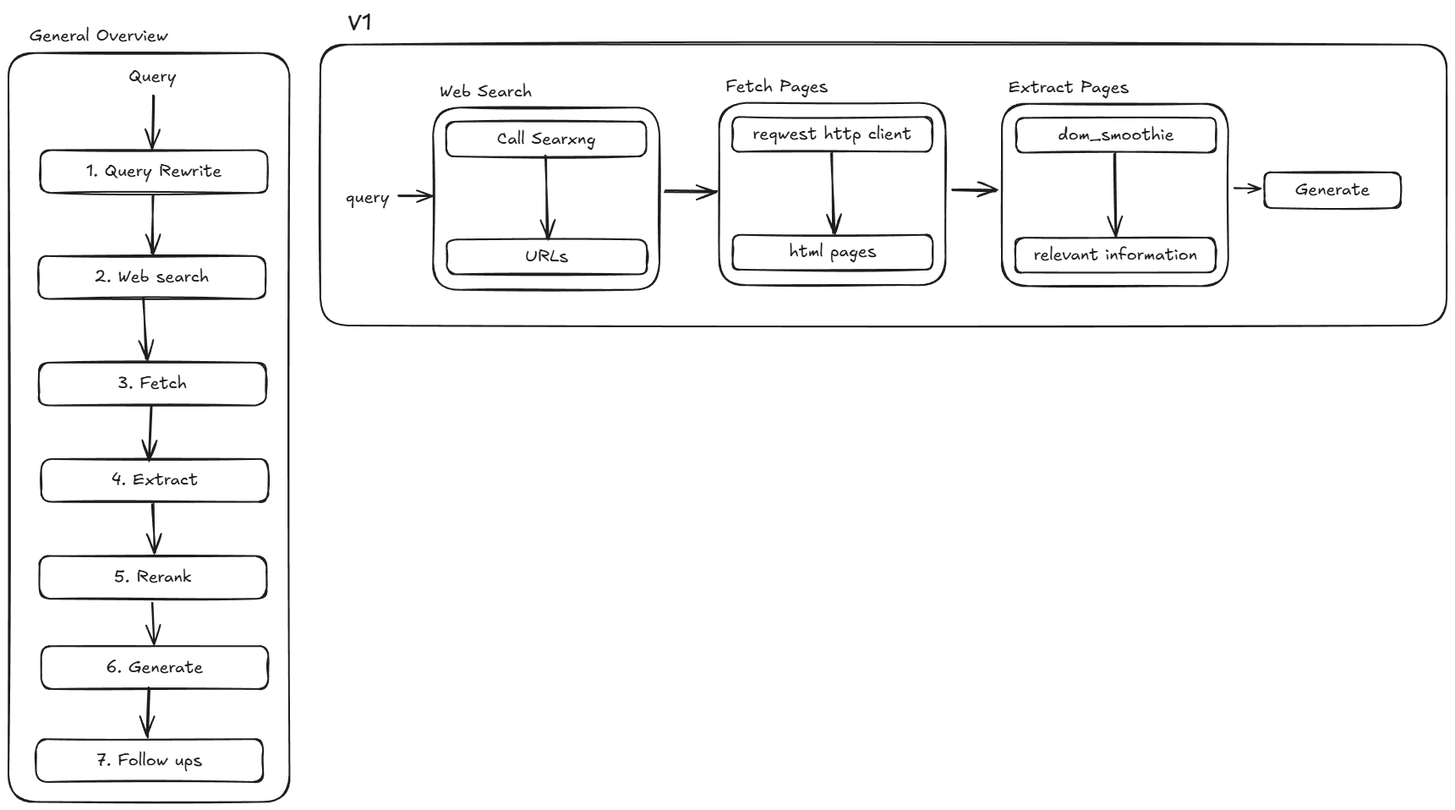
The Excalidraw diagram architecture.excalidraw.png in GeorgiySav/Perplexed, before a commit. Source tidied: one line per element, renumbered; positions are measured from the earlier drawing's top-left corner, leaving out a move shared by most shapes.
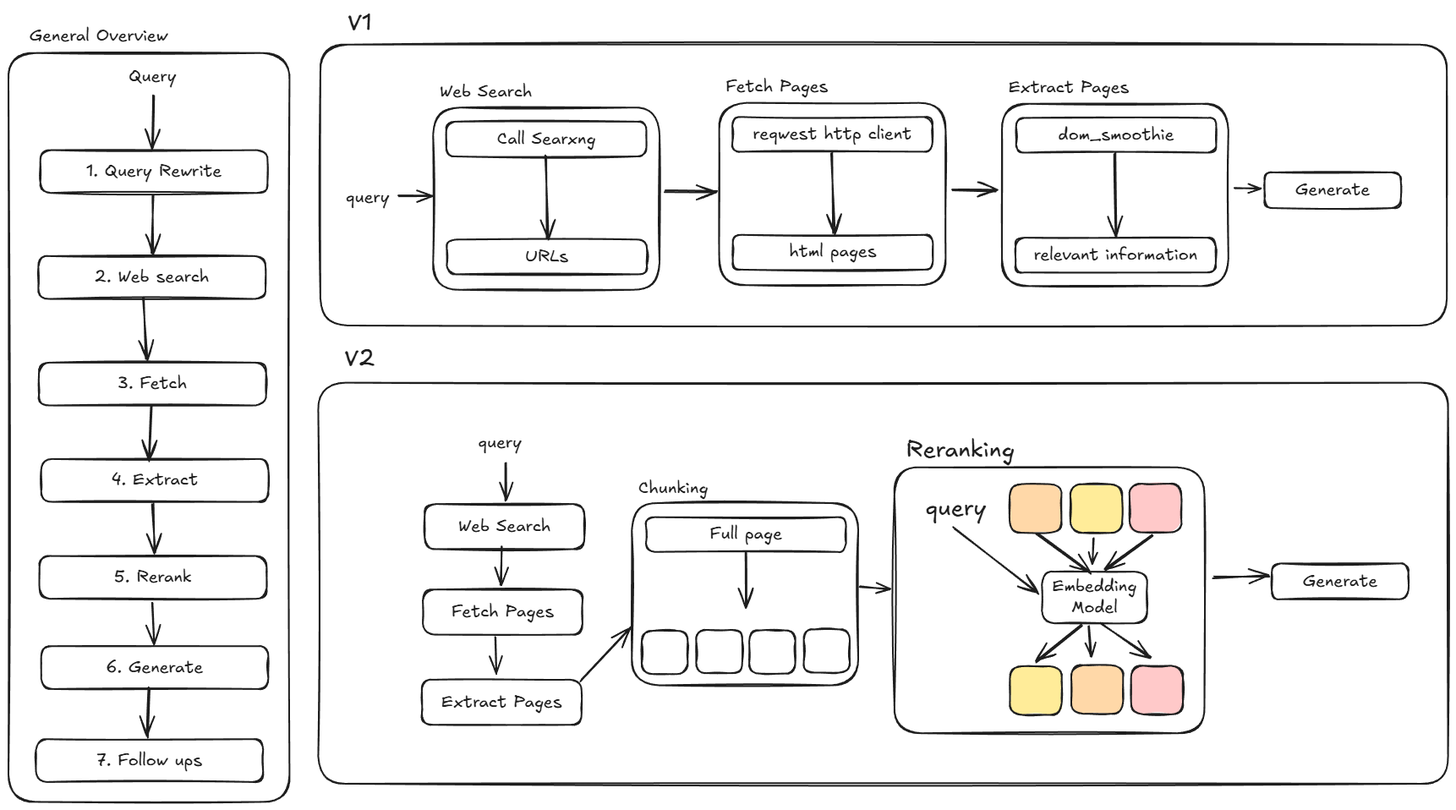
Later version of the same file.

Commit message:
added chat history and query rewriting for search

Change to the diagram source:
```diff
@@ -52,3 +52,47 @@
 {"id": 51, "type": "rectangle", "strokeColor": "#1e1e1e", "strokeWidth": 2, "roughness": 1, "round": true, "x": 1486, "y": 194, "width": 161, "height": 42}
 {"id": 52, "type": "text", "text": "Generate", "strokeColor": "#1e1e1e", "strokeWidth": 2, "roughness": 1, "fontSize": 20, "fontFamily": 5, "textAlign": "center", "verticalAlign": "middle", "inside": 51, "x": 1522, "y": 203, "width": 88, "height": 25}
 {"id": 53, "type": "arrow", "strokeColor": "#1e1e1e", "strokeWidth": 2, "roughness": 1, "endArrowhead": "arrow", "round": true, "from": 41, "to": 51, "x": 1450, "y": 213, "width": 31, "height": 0, "points": [[0, 0], [31, 0]]}
+{"id": 54, "type": "rectangle", "strokeColor": "#1e1e1e", "strokeWidth": 2, "roughness": 1, "round": true, "x": 366, "y": 443, "width": 1336, "height": 474}
+{"id": 55, "type": "text", "text": "V2", "strokeColor": "#1e1e1e", "strokeWidth": 2, "roughness": 1, "fontSize": 28.08, "fontFamily": 5, "x": 398, "y": 398, "width": 36, "height": 35}
+{"id": 56, "type": "text", "text": "query", "strokeColor": "#1e1e1e", "strokeWidth": 2, "roughness": 1, "fontSize": 20.06, "fontFamily": 5, "x": 555, "y": 501, "width": 51, "height": 25}
+{"id": 57, "type": "arrow", "strokeColor": "#1e1e1e", "strokeWidth": 2, "roughness": 1, "endArrowhead": "arrow", "round": true, "from": 56, "to": 60, "x": 588, "y": 537, "width": 0, "height": 45, "points": [[0, 0], [0, 45]]}
+{"id": 58, "type": "rectangle", "strokeColor": "#1e1e1e", "strokeWidth": 2, "roughness": 1, "round": true, "x": 1494, "y": 656, "width": 162, "height": 42}
+{"id": 59, "type": "text", "text": "Generate", "strokeColor": "#1e1e1e", "strokeWidth": 2, "roughness": 1, "fontSize": 20.06, "fontFamily": 5, "textAlign": "center", "verticalAlign": "middle", "inside": 58, "x": 1531, "y": 665, "width": 89, "height": 25}
+{"id": 60, "type": "rectangle", "strokeColor": "#1e1e1e", "strokeWidth": 2, "roughness": 1, "round": true, "x": 492, "y": 586, "width": 189, "height": 53}
+{"id": 61, "type": "text", "text": "Web Search", "strokeColor": "#1e1e1e", "strokeWidth": 2, "roughness": 1, "fontSize": 20, "fontFamily": 5, "textAlign": "center", "verticalAlign": "middle", "inside": 60, "x": 532, "y": 600, "width": 109, "height": 25}
+{"id": 62, "type": "rectangle", "strokeColor": "#1e1e1e", "strokeWidth": 2, "roughness": 1, "round": true, "x": 490, "y": 687, "width": 189, "height": 53}
+{"id": 63, "type": "text", "text": "Fetch Pages", "strokeColor": "#1e1e1e", "strokeWidth": 2, "roughness": 1, "fontSize": 20, "fontFamily": 5, "textAlign": "center", "verticalAlign": "middle", "inside": 62, "x": 524, "y": 701, "width": 121, "height": 25}
+{"id": 64, "type": "rectangle", "strokeColor": "#1e1e1e", "strokeWidth": 2, "roughness": 1, "round": true, "x": 489, "y": 794, "width": 189, "height": 53}
+{"id": 65, "type": "text", "text": "Extract Pages", "strokeColor": "#1e1e1e", "strokeWidth": 2, "roughness": 1, "fontSize": 20, "fontFamily": 5, "textAlign": "center", "verticalAlign": "middle", "inside": 64, "x": 512, "y": 808, "width": 142, "height": 25}
+{"id": 66, "type": "rectangle", "strokeColor": "#1e1e1e", "strokeWidth": 2, "roughness": 1, "round": true, "x": 737, "y": 585, "width": 268, "height": 216}
+{"id": 67, "type": "rectangle", "strokeColor": "#1e1e1e", "strokeWidth": 2, "roughness": 1, "round": true, "x": 754, "y": 602, "width": 237, "height": 41}
+{"id": 68, "type": "text", "text": "Full page", "strokeColor": "#1e1e1e", "strokeWidth": 2, "roughness": 1, "fontSize": 20, "fontFamily": 5, "textAlign": "center", "verticalAlign": "middle", "inside": 67, "x": 830, "y": 610, "width": 85, "height": 25}
+{"id": 69, "type": "arrow", "strokeColor": "#1e1e1e", "strokeWidth": 2, "roughness": 1, "endArrowhead": "arrow", "round": true, "from": 67, "x": 872, "y": 643, "width": 1, "height": 65, "points": [[0, 0], [1, 65]]}
+{"id": 70, "type": "text", "text": "Chunking", "strokeColor": "#1e1e1e", "strokeWidth": 2, "roughness": 1, "fontSize": 20, "fontFamily": 5, "x": 745, "y": 555, "width": 83, "height": 25}
+{"id": 71, "type": "rectangle", "strokeColor": "#1e1e1e", "strokeWidth": 2, "roughness": 1, "round": true, "x": 813, "y": 735, "width": 54, "height": 51}
+{"id": 72, "type": "rectangle", "strokeColor": "#1e1e1e", "strokeWidth": 2, "roughness": 1, "round": true, "x": 749, "y": 736, "width": 54, "height": 51}
+{"id": 73, "type": "rectangle", "strokeColor": "#1e1e1e", "strokeWidth": 2, "roughness": 1, "round": true, "x": 941, "y": 734, "width": 54, "height": 51}
+{"id": 74, "type": "rectangle", "strokeColor": "#1e1e1e", "strokeWidth": 2, "roughness": 1, "round": true, "x": 876, "y": 736, "width": 54, "height": 51}
+{"id": 75, "type": "arrow", "strokeColor": "#1e1e1e", "strokeWidth": 2, "roughness": 1, "endArrowhead": "arrow", "round": true, "from": 60, "to": 62, "x": 583, "y": 636, "width": 1, "height": 46, "points": [[0, 0], [-1, 46]]}
+{"id": 76, "type": "arrow", "strokeColor": "#1e1e1e", "strokeWidth": 2, "roughness": 1, "endArrowhead": "arrow", "round": true, "from": 62, "to": 64, "x": 576, "y": 744, "width": 1, "height": 43, "points": [[0, 0], [1, 43]]}
+{"id": 77, "type": "arrow", "strokeColor": "#1e1e1e", "strokeWidth": 2, "roughness": 1, "endArrowhead": "arrow", "round": true, "from": 64, "to": 72, "x": 677, "y": 795, "width": 58, "height": 63, "points": [[0, 0], [58, -63]]}
+{"id": 78, "type": "rectangle", "strokeColor": "#1e1e1e", "backgroundColor": "#ffd8a8", "fillStyle": "solid", "strokeWidth": 2, "roughness": 1, "round": true, "x": 1184, "y": 563, "width": 61, "height": 58}
+{"id": 79, "type": "rectangle", "strokeColor": "#1e1e1e", "backgroundColor": "#ffec99", "fillStyle": "solid", "strokeWidth": 2, "roughness": 1, "round": true, "x": 1256, "y": 563, "width": 61, "height": 58}
+{"id": 80, "type": "rectangle", "strokeColor": "#1e1e1e", "backgroundColor": "#ffc9c9", "fillStyle": "solid", "strokeWidth": 2, "roughness": 1, "round": true, "x": 1326, "y": 562, "width": 61, "height": 58}
+{"id": 81, "type": "rectangle", "strokeColor": "#1e1e1e", "backgroundColor": "#ffd8a8", "fillStyle": "solid", "strokeWidth": 2, "roughness": 1, "round": true, "x": 1257, "y": 777, "width": 61, "height": 58}
+{"id": 82, "type": "rectangle", "strokeColor": "#1e1e1e", "backgroundColor": "#ffec99", "fillStyle": "solid", "strokeWidth": 2, "roughness": 1, "round": true, "x": 1184, "y": 778, "width": 61, "height": 58}
+{"id": 83, "type": "rectangle", "strokeColor": "#1e1e1e", "backgroundColor": "#ffc9c9", "fillStyle": "solid", "strokeWidth": 2, "roughness": 1, "round": true, "x": 1328, "y": 777, "width": 61, "height": 58}
+{"id": 84, "type": "rectangle", "strokeColor": "#1e1e1e", "strokeWidth": 2, "roughness": 1, "round": true, "x": 1222, "y": 666, "width": 124, "height": 61}
+{"id": 85, "type": "text", "text": "Embedding\nModel", "strokeColor": "#1e1e1e", "strokeWidth": 2, "roughness": 1, "fontSize": 20, "fontFamily": 5, "textAlign": "center", "verticalAlign": "middle", "inside": 84, "x": 1235, "y": 672, "width": 100, "height": 50}
+{"id": 86, "type": "arrow", "strokeColor": "#1e1e1e", "strokeWidth": 2, "roughness": 1, "endArrowhead": "arrow", "round": true, "from": 78, "to": 84, "x": 1217, "y": 622, "width": 63, "height": 47, "points": [[0, 0], [63, 47]]}
+{"id": 87, "type": "arrow", "strokeColor": "#1e1e1e", "strokeWidth": 2, "roughness": 1, "endArrowhead": "arrow", "round": true, "from": 79, "to": 84, "x": 1283, "y": 627, "width": 1, "height": 30, "points": [[0, 0], [-1, 30]]}
+{"id": 88, "type": "arrow", "strokeColor": "#1e1e1e", "strokeWidth": 2, "roughness": 1, "endArrowhead": "arrow", "round": true, "from": 80, "to": 84, "x": 1352, "y": 624, "width": 54, "height": 40, "points": [[0, 0], [-54, 40]]}
+{"id": 89, "type": "arrow", "strokeColor": "#1e1e1e", "strokeWidth": 2, "roughness": 1, "endArrowhead": "arrow", "round": true, "from": 84, "to": 82, "x": 1269, "y": 731, "width": 54, "height": 42, "points": [[0, 0], [-54, 42]]}
+{"id": 90, "type": "arrow", "strokeColor": "#1e1e1e", "strokeWidth": 2, "roughness": 1, "endArrowhead": "arrow", "round": true, "from": 84, "to": 81, "x": 1278, "y": 731, "width": 2, "height": 36, "points": [[0, 0], [2, 36]]}
+{"id": 91, "type": "arrow", "strokeColor": "#1e1e1e", "strokeWidth": 2, "roughness": 1, "endArrowhead": "arrow", "round": true, "from": 84, "to": 83, "x": 1291, "y": 728, "width": 60, "height": 39, "points": [[0, 0], [60, 39]]}
+{"id": 92, "type": "rectangle", "strokeColor": "#1e1e1e", "strokeWidth": 2, "roughness": 1, "round": true, "x": 1048, "y": 543, "width": 367, "height": 314}
+{"id": 93, "type": "text", "text": "query", "strokeColor": "#1e1e1e", "strokeWidth": 2, "roughness": 1, "fontSize": 28, "fontFamily": 5, "x": 1084, "y": 574, "width": 72, "height": 35}
+{"id": 94, "type": "arrow", "strokeColor": "#1e1e1e", "strokeWidth": 2, "roughness": 1, "endArrowhead": "arrow", "round": true, "from": 93, "to": 84, "x": 1118, "y": 614, "width": 100, "height": 78, "points": [[0, 0], [100, 78]]}
+{"id": 95, "type": "text", "text": "Reranking", "strokeColor": "#1e1e1e", "strokeWidth": 2, "roughness": 1, "fontSize": 28, "fontFamily": 5, "x": 1061, "y": 505, "width": 129, "height": 35}
+{"id": 96, "type": "arrow", "strokeColor": "#1e1e1e", "strokeWidth": 2, "roughness": 1, "endArrowhead": "arrow", "round": true, "from": 66, "to": 92, "x": 1007, "y": 684, "width": 36, "height": 3, "points": [[0, 0], [36, 3]]}
+{"id": 97, "type": "arrow", "strokeColor": "#1e1e1e", "strokeWidth": 2, "roughness": 1, "endArrowhead": "arrow", "round": true, "from": 92, "to": 58, "x": 1426, "y": 673, "width": 65, "height": 1, "points": [[0, 0], [65, -1]]}
```
